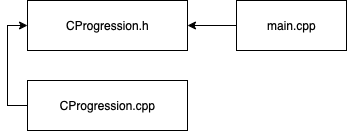
Earlier version of the draw.io export lab1.1 struct.png (PopovaKateryna/OOP_Lab1.1). Source tidied: cells renumbered, new cells last; positions are measured from the earlier drawing's top-left corner, leaving out a move shared by most shapes. Its diagram source:
```xml
<mxGraphModel>
  <root>
    <mxCell id="0" />
    <mxCell id="1" parent="0" />
    <mxCell id="2" style="edgeStyle=orthogonalEdgeStyle;rounded=0;jettySize=auto;html=1;entryX=1;entryY=0.5;entryDx=0;entryDy=0;" parent="1" edge="1" source="3" target="6">
      <mxGeometry relative="1" as="geometry" />
    </mxCell>
    <mxCell id="3" value="main.cpp" style="html=1;" parent="1" vertex="1">
      <mxGeometry x="209" width="110" height="50" as="geometry" />
    </mxCell>
    <mxCell id="4" style="edgeStyle=orthogonalEdgeStyle;rounded=0;jettySize=auto;html=1;entryX=0;entryY=0.5;entryDx=0;entryDy=0;exitX=0;exitY=0.5;exitDx=0;exitDy=0;" parent="1" edge="1" source="5" target="6">
      <mxGeometry relative="1" as="geometry" />
    </mxCell>
    <mxCell id="5" value="CProgression.cpp" style="html=1;" parent="1" vertex="1">
      <mxGeometry y="80" width="160" height="50" as="geometry" />
    </mxCell>
    <mxCell id="6" value="CProgression.h" style="html=1;" parent="1" vertex="1">
      <mxGeometry width="160" height="50" as="geometry" />
    </mxCell>
  </root>
</mxGraphModel>
```
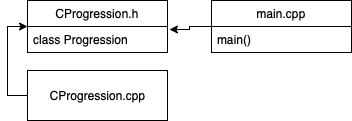
Above is the later version.

Diff of the diagram source:
```diff
@@ -2,20 +2,26 @@
   <root>
     <mxCell id="0" />
     <mxCell id="1" parent="0" />
-    <mxCell id="2" style="edgeStyle=orthogonalEdgeStyle;rounded=0;jettySize=auto;html=1;entryX=1;entryY=0.5;entryDx=0;entryDy=0;" parent="1" edge="1" source="3" target="6">
-      <mxGeometry relative="1" as="geometry" />
-    </mxCell>
-    <mxCell id="3" value="main.cpp" style="html=1;" parent="1" vertex="1">
-      <mxGeometry x="209" width="110" height="50" as="geometry" />
-    </mxCell>
     <mxCell id="4" style="edgeStyle=orthogonalEdgeStyle;rounded=0;jettySize=auto;html=1;entryX=0;entryY=0.5;entryDx=0;entryDy=0;exitX=0;exitY=0.5;exitDx=0;exitDy=0;" parent="1" edge="1" source="5" target="6">
       <mxGeometry relative="1" as="geometry" />
     </mxCell>
     <mxCell id="5" value="CProgression.cpp" style="html=1;" parent="1" vertex="1">
-      <mxGeometry y="80" width="160" height="50" as="geometry" />
+      <mxGeometry x="10" y="70" width="140" height="50" as="geometry" />
     </mxCell>
-    <mxCell id="6" value="CProgression.h" style="html=1;" parent="1" vertex="1">
-      <mxGeometry width="160" height="50" as="geometry" />
+    <mxCell id="6" value="CProgression.h" style="swimlane;fontStyle=0;horizontal=1;startSize=26;fillColor=none;" parent="1" vertex="1">
+      <mxGeometry x="10" width="140" height="52" as="geometry" />
     </mxCell>
+    <mxCell id="7" value="class Progression" style="text;strokeColor=none;fillColor=none;align=left;verticalAlign=top;spacingLeft=4;spacingRight=4;overflow=hidden;points=[[0,0.5],[1,0.5]];portConstraint=eastwest;" parent="6" vertex="1">
+      <mxGeometry y="26" width="140" height="26" as="geometry" />
+    </mxCell>
+    <mxCell id="8" style="edgeStyle=orthogonalEdgeStyle;rounded=0;jettySize=auto;html=1;entryX=1.014;entryY=0.115;entryDx=0;entryDy=0;entryPerimeter=0;" parent="1" edge="1" source="3" target="7">
+      <mxGeometry relative="1" as="geometry" />
+    </mxCell>
+    <mxCell id="3" value="main.cpp" style="swimlane;fontStyle=0;horizontal=1;startSize=26;fillColor=none;" parent="1" vertex="1">
+      <mxGeometry x="194" width="140" height="52" as="geometry" />
+    </mxCell>
+    <mxCell id="9" value="main()" style="text;strokeColor=none;fillColor=none;align=left;verticalAlign=top;spacingLeft=4;spacingRight=4;overflow=hidden;" parent="3" vertex="1">
+      <mxGeometry y="26" width="140" height="26" as="geometry" />
+    </mxCell>
   </root>
 </mxGraphModel>
```
